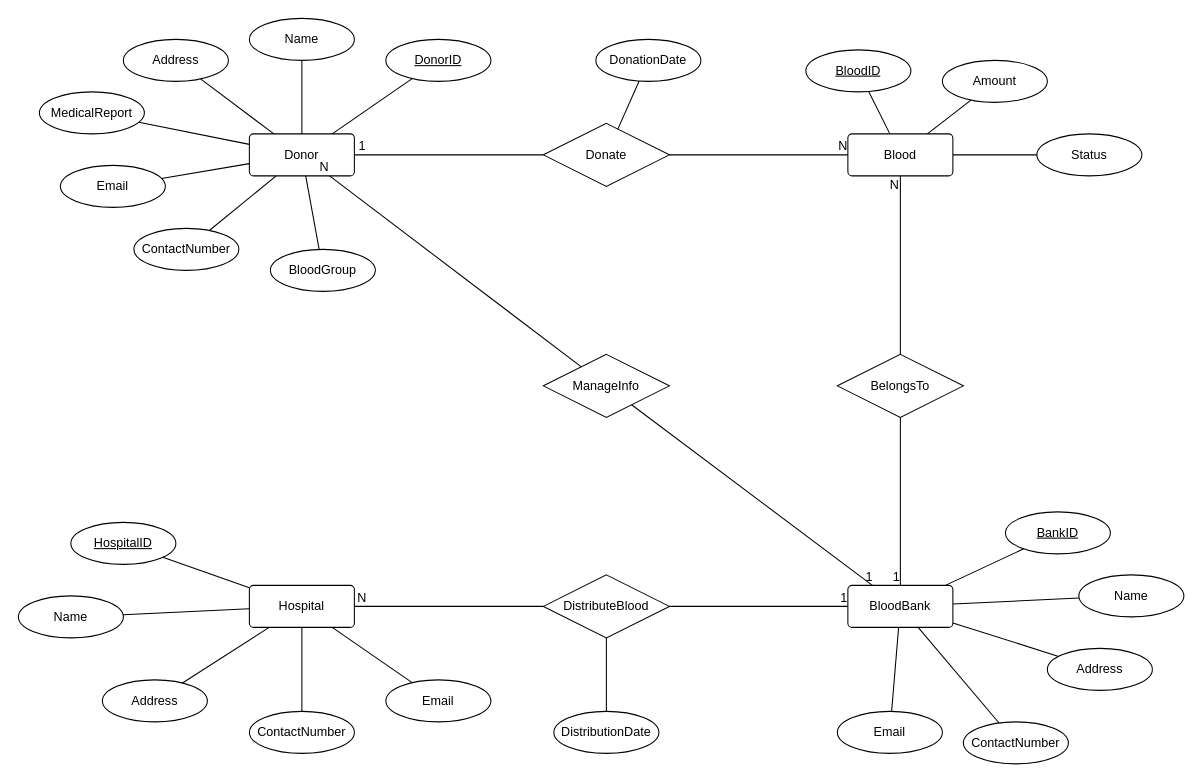
phucnguyen111/DatabaseProject-BloodManagement keeps this draw.io diagram as Project.drawio. Above is the earlier version. Source tidied: cells renumbered, new cells numbered last; positions are measured from the earlier drawing's top-left corner, leaving out a move shared by most shapes. Both pictures are drawn from the tidied source at 105%, with x=0, y=0 at pixel (18, 18).
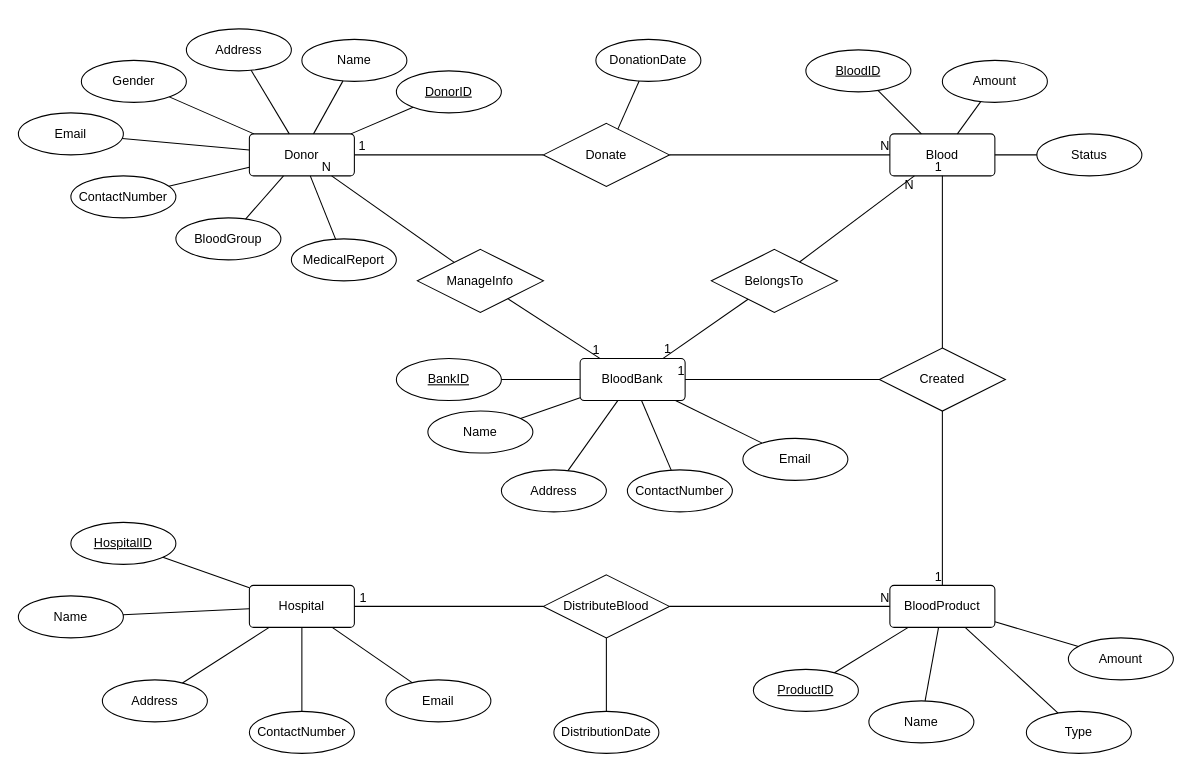
The same page after the edit.

Commit message:
Add a new entity BloodProduct, modify some relations

The change refers to these unchanged cells:
```xml
<mxCell id="2" value="Donor" style="rounded=1;arcSize=10;whiteSpace=wrap;html=1;align=center;" parent="1" vertex="1">
  <mxGeometry x="220" y="110" width="100" height="40" as="geometry" />
</mxCell>
<mxCell id="37" style="endArrow=none;html=1;rounded=0;" parent="1" edge="1" source="36" target="17">
  <mxGeometry relative="1" as="geometry" />
</mxCell>
<mxCell id="49" value="DistributeBlood" style="shape=rhombus;perimeter=rhombusPerimeter;whiteSpace=wrap;html=1;align=center;" parent="1" vertex="1">
  <mxGeometry x="500" y="530" width="120" height="60" as="geometry" />
</mxCell>
<mxCell id="51" style="endArrow=none;html=1;rounded=0;" parent="1" edge="1" source="49" target="48">
  <mxGeometry relative="1" as="geometry" />
</mxCell>
```

Change to the diagram source:
```diff
@@
     <mxCell id="3" value="DonorID" style="ellipse;whiteSpace=wrap;html=1;align=center;fontStyle=4;" parent="1" vertex="1">
-      <mxGeometry x="350" y="20" width="100" height="40" as="geometry" />
+      <mxGeometry x="360" y="50" width="100" height="40" as="geometry" />
     </mxCell>
     <mxCell id="4" value="Name" style="ellipse;whiteSpace=wrap;html=1;align=center;" parent="1" vertex="1">
-      <mxGeometry x="220" width="100" height="40" as="geometry" />
+      <mxGeometry x="270" y="20" width="100" height="40" as="geometry" />
     </mxCell>
     <mxCell id="5" value="BloodGroup" style="ellipse;whiteSpace=wrap;html=1;align=center;" parent="1" vertex="1">
-      <mxGeometry x="240" y="220" width="100" height="40" as="geometry" />
+      <mxGeometry x="150" y="190" width="100" height="40" as="geometry" />
     </mxCell>
     <mxCell id="6" value="MedicalReport" style="ellipse;whiteSpace=wrap;html=1;align=center;" parent="1" vertex="1">
-      <mxGeometry x="20" y="70" width="100" height="40" as="geometry" />
+      <mxGeometry x="260" y="210" width="100" height="40" as="geometry" />
     </mxCell>
     <mxCell id="7" value="Address" style="ellipse;whiteSpace=wrap;html=1;align=center;" parent="1" vertex="1">
-      <mxGeometry x="100" y="20" width="100" height="40" as="geometry" />
+      <mxGeometry x="160" y="10" width="100" height="40" as="geometry" />
     </mxCell>
     <mxCell id="8" value="ContactNumber" style="ellipse;whiteSpace=wrap;html=1;align=center;" parent="1" vertex="1">
-      <mxGeometry x="110" y="200" width="100" height="40" as="geometry" />
+      <mxGeometry x="50" y="150" width="100" height="40" as="geometry" />
     </mxCell>
     <mxCell id="9" value="Email" style="ellipse;whiteSpace=wrap;html=1;align=center;" parent="1" vertex="1">
-      <mxGeometry x="40" y="140" width="100" height="40" as="geometry" />
+      <mxGeometry y="90" width="100" height="40" as="geometry" />
     </mxCell>
@@
     <mxCell id="17" value="BloodBank" style="rounded=1;arcSize=10;whiteSpace=wrap;html=1;align=center;" parent="1" vertex="1">
-      <mxGeometry x="790" y="540" width="100" height="40" as="geometry" />
+      <mxGeometry x="535" y="324" width="100" height="40" as="geometry" />
     </mxCell>
     <mxCell id="18" value="BankID" style="ellipse;whiteSpace=wrap;html=1;align=center;fontStyle=4;" parent="1" vertex="1">
-      <mxGeometry x="940" y="470" width="100" height="40" as="geometry" />
+      <mxGeometry x="360" y="324" width="100" height="40" as="geometry" />
     </mxCell>
     <mxCell id="19" value="Address" style="ellipse;whiteSpace=wrap;html=1;align=center;" parent="1" vertex="1">
-      <mxGeometry x="980" y="600" width="100" height="40" as="geometry" />
+      <mxGeometry x="460" y="430" width="100" height="40" as="geometry" />
     </mxCell>
     <mxCell id="20" value="ContactNumber" style="ellipse;whiteSpace=wrap;html=1;align=center;" parent="1" vertex="1">
-      <mxGeometry x="900" y="670" width="100" height="40" as="geometry" />
+      <mxGeometry x="580" y="430" width="100" height="40" as="geometry" />
     </mxCell>
     <mxCell id="21" value="Email" style="ellipse;whiteSpace=wrap;html=1;align=center;" parent="1" vertex="1">
-      <mxGeometry x="780" y="660" width="100" height="40" as="geometry" />
+      <mxGeometry x="690" y="400" width="100" height="40" as="geometry" />
     </mxCell>
@@
     <mxCell id="26" value="Blood" style="rounded=1;arcSize=10;whiteSpace=wrap;html=1;align=center;" parent="1" vertex="1">
-      <mxGeometry x="790" y="110" width="100" height="40" as="geometry" />
+      <mxGeometry x="830" y="110" width="100" height="40" as="geometry" />
     </mxCell>
@@
     <mxCell id="36" value="BelongsTo" style="shape=rhombus;perimeter=rhombusPerimeter;whiteSpace=wrap;html=1;align=center;" parent="1" vertex="1">
-      <mxGeometry x="780" y="320" width="120" height="60" as="geometry" />
+      <mxGeometry x="660" y="220" width="120" height="60" as="geometry" />
     </mxCell>
@@
     <mxCell id="38" value="1" style="html=1;align=right;verticalAlign=bottom;" parent="37" vertex="1">
-      <mxGeometry x="1" relative="1" as="geometry" />
+      <mxGeometry x="1" relative="1" as="geometry">
+        <mxPoint x="8" y="-1" as="offset" />
+      </mxGeometry>
     </mxCell>
@@
     <mxCell id="41" value="Name" style="ellipse;whiteSpace=wrap;html=1;align=center;" parent="1" vertex="1">
-      <mxGeometry x="1010" y="530" width="100" height="40" as="geometry" />
+      <mxGeometry x="390" y="374" width="100" height="40" as="geometry" />
     </mxCell>
@@
     <mxCell id="47" value="ManageInfo" style="shape=rhombus;perimeter=rhombusPerimeter;whiteSpace=wrap;html=1;align=center;" parent="1" vertex="1">
-      <mxGeometry x="500" y="320" width="120" height="60" as="geometry" />
+      <mxGeometry x="380" y="220" width="120" height="60" as="geometry" />
     </mxCell>
@@
-    <mxCell id="52" value="N" style="html=1;align=right;verticalAlign=bottom;" parent="51" vertex="1">
+    <mxCell id="52" value="1" style="html=1;align=right;verticalAlign=bottom;" parent="51" vertex="1">
       <mxGeometry x="1" relative="1" as="geometry">
         <mxPoint x="12" as="offset" />
       </mxGeometry>
     </mxCell>
-    <mxCell id="53" style="endArrow=none;html=1;rounded=0;" parent="1" edge="1" source="49" target="17">
+    <mxCell id="53" style="endArrow=none;html=1;rounded=0;" parent="1" edge="1" source="49" target="72">
       <mxGeometry relative="1" as="geometry" />
     </mxCell>
-    <mxCell id="54" value="1" style="html=1;align=right;verticalAlign=bottom;" parent="53" vertex="1">
+    <mxCell id="54" value="N" style="html=1;align=right;verticalAlign=bottom;" parent="53" vertex="1">
       <mxGeometry x="1" relative="1" as="geometry" />
     </mxCell>
@@
+    <mxCell id="70" value="Gender" style="ellipse;whiteSpace=wrap;html=1;align=center;" parent="1" vertex="1">
+      <mxGeometry x="60" y="40" width="100" height="40" as="geometry" />
+    </mxCell>
+    <mxCell id="71" style="endArrow=none;html=1;rounded=0;" parent="1" edge="1" source="2" target="70">
+      <mxGeometry relative="1" as="geometry" />
+    </mxCell>
+    <mxCell id="72" value="BloodProduct" style="rounded=1;arcSize=10;whiteSpace=wrap;html=1;align=center;" parent="1" vertex="1">
+      <mxGeometry x="830" y="540" width="100" height="40" as="geometry" />
+    </mxCell>
+    <mxCell id="73" value="ProductID" style="ellipse;whiteSpace=wrap;html=1;align=center;fontStyle=4;" parent="1" vertex="1">
+      <mxGeometry x="700" y="620" width="100" height="40" as="geometry" />
+    </mxCell>
+    <mxCell id="74" value="Name" style="ellipse;whiteSpace=wrap;html=1;align=center;" parent="1" vertex="1">
+      <mxGeometry x="810" y="650" width="100" height="40" as="geometry" />
+    </mxCell>
+    <mxCell id="75" value="Type" style="ellipse;whiteSpace=wrap;html=1;align=center;" parent="1" vertex="1">
+      <mxGeometry x="960" y="660" width="100" height="40" as="geometry" />
+    </mxCell>
+    <mxCell id="76" value="Amount" style="ellipse;whiteSpace=wrap;html=1;align=center;" parent="1" vertex="1">
+      <mxGeometry x="1000" y="590" width="100" height="40" as="geometry" />
+    </mxCell>
+    <mxCell id="77" style="endArrow=none;html=1;rounded=0;" parent="1" edge="1" source="76" target="72">
+      <mxGeometry relative="1" as="geometry" />
+    </mxCell>
+    <mxCell id="78" style="endArrow=none;html=1;rounded=0;" parent="1" edge="1" source="75" target="72">
+      <mxGeometry relative="1" as="geometry" />
+    </mxCell>
+    <mxCell id="79" style="endArrow=none;html=1;rounded=0;" parent="1" edge="1" source="74" target="72">
+      <mxGeometry relative="1" as="geometry" />
+    </mxCell>
+    <mxCell id="80" style="endArrow=none;html=1;rounded=0;" parent="1" edge="1" source="73" target="72">
+      <mxGeometry relative="1" as="geometry" />
+    </mxCell>
+    <mxCell id="81" value="Created" style="shape=rhombus;perimeter=rhombusPerimeter;whiteSpace=wrap;html=1;align=center;" parent="1" vertex="1">
+      <mxGeometry x="820" y="314" width="120" height="60" as="geometry" />
+    </mxCell>
+    <mxCell id="82" style="endArrow=none;html=1;rounded=0;" parent="1" edge="1" source="81" target="17">
+      <mxGeometry relative="1" as="geometry" />
+    </mxCell>
+    <mxCell id="83" value="1" style="html=1;align=right;verticalAlign=bottom;" parent="82" vertex="1">
+      <mxGeometry x="1" relative="1" as="geometry" />
+    </mxCell>
+    <mxCell id="84" style="endArrow=none;html=1;rounded=0;" parent="1" edge="1" source="81" target="26">
+      <mxGeometry relative="1" as="geometry" />
+    </mxCell>
+    <mxCell id="85" value="1" style="html=1;align=right;verticalAlign=bottom;" parent="84" vertex="1">
+      <mxGeometry x="1" relative="1" as="geometry" />
+    </mxCell>
+    <mxCell id="86" style="endArrow=none;html=1;rounded=0;" parent="1" edge="1" source="81" target="72">
+      <mxGeometry relative="1" as="geometry" />
+    </mxCell>
+    <mxCell id="87" value="1" style="html=1;align=right;verticalAlign=bottom;" parent="86" vertex="1">
+      <mxGeometry x="1" relative="1" as="geometry" />
+    </mxCell>
```
